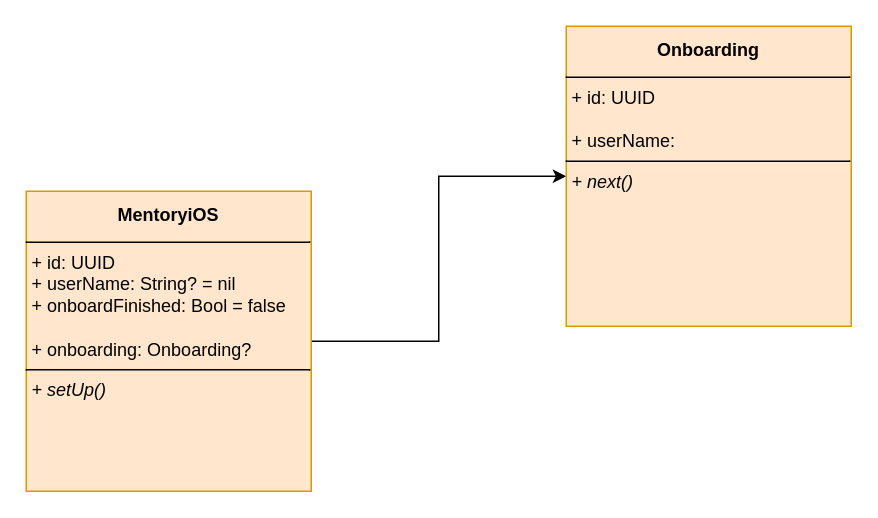
This is mentory.drawio from mandooplz/mentory, a draw.io file, before an edit. Source tidied: cells renumbered, new cells numbered last; positions are measured from the earlier drawing's top-left corner, leaving out a move shared by most shapes. Both pictures are drawn from the tidied source at 150%, with x=0, y=0 at pixel (26, 26).
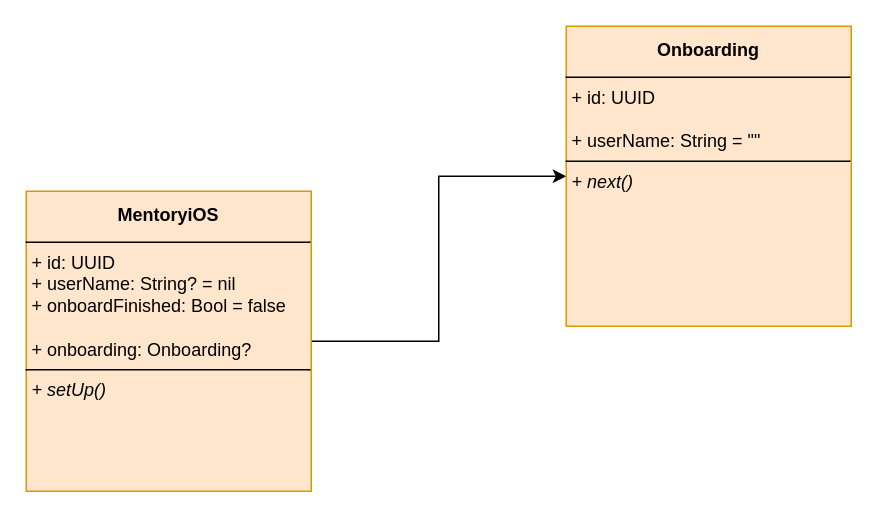
Above is the later version.

Commit message (it also covers changes not shown here):
[FEAT] MentoryiOS, Onboarding 클래스 생성 & swiftui-combine-mvvm 안에 객체 템플릿 관련 내용 추가

Change to the diagram source:
```diff
@@
 <mxGraphModel>
   <root>
     <mxCell id="0" />
     <mxCell id="1" parent="0" />
     <mxCell id="2" style="edgeStyle=orthogonalEdgeStyle;rounded=0;jettySize=auto;html=1;entryX=0;entryY=0.5;entryDx=0;entryDy=0;" parent="1" edge="1" source="3" target="4">
       <mxGeometry relative="1" as="geometry" />
     </mxCell>
     <mxCell id="3" value="&lt;p style=&quot;margin: 4px 0px 0px; text-align: center; line-height: 200%;&quot;&gt;&lt;b&gt;MentoryiOS&lt;/b&gt;&lt;/p&gt;&lt;hr size=&quot;1&quot; style=&quot;border-style:solid;&quot;&gt;&lt;p style=&quot;margin:0px;margin-left:4px;&quot;&gt;+ id: UUID&lt;/p&gt;&lt;p style=&quot;margin:0px;margin-left:4px;&quot;&gt;+ userName: String? = nil&lt;/p&gt;&lt;p style=&quot;margin:0px;margin-left:4px;&quot;&gt;+&amp;nbsp;&lt;span style=&quot;background-color: transparent; color: light-dark(rgb(0, 0, 0), rgb(255, 255, 255));&quot;&gt;onboardFinished: Bool = false&lt;/span&gt;&lt;/p&gt;&lt;p style=&quot;margin:0px;margin-left:4px;&quot;&gt;&lt;br&gt;+ onboarding: Onboarding?&lt;/p&gt;&lt;hr size=&quot;1&quot; style=&quot;border-style:solid;&quot;&gt;&lt;p style=&quot;margin:0px;margin-left:4px;&quot;&gt;&lt;i&gt;+ setUp()&lt;/i&gt;&lt;/p&gt;" style="verticalAlign=top;align=left;overflow=fill;html=1;whiteSpace=wrap;fillColor=#ffe6cc;strokeColor=#d79b00;" parent="1" vertex="1">
       <mxGeometry y="110" width="190" height="200" as="geometry" />
     </mxCell>
-    <mxCell id="4" value="&lt;p style=&quot;margin: 4px 0px 0px; text-align: center; line-height: 200%;&quot;&gt;&lt;b&gt;Onboarding&lt;/b&gt;&lt;/p&gt;&lt;hr size=&quot;1&quot; style=&quot;border-style:solid;&quot;&gt;&lt;p style=&quot;margin:0px;margin-left:4px;&quot;&gt;+ id: UUID&lt;/p&gt;&lt;p style=&quot;margin:0px;margin-left:4px;&quot;&gt;&lt;br&gt;+ userName:&amp;nbsp;&lt;/p&gt;&lt;hr size=&quot;1&quot; style=&quot;border-style:solid;&quot;&gt;&lt;p style=&quot;margin:0px;margin-left:4px;&quot;&gt;&lt;i&gt;+ next()&lt;/i&gt;&lt;/p&gt;" style="verticalAlign=top;align=left;overflow=fill;html=1;whiteSpace=wrap;fillColor=#ffe6cc;strokeColor=#d79b00;" parent="1" vertex="1">
+    <mxCell id="4" value="&lt;p style=&quot;margin: 4px 0px 0px; text-align: center; line-height: 200%;&quot;&gt;&lt;b&gt;Onboarding&lt;/b&gt;&lt;/p&gt;&lt;hr size=&quot;1&quot; style=&quot;border-style:solid;&quot;&gt;&lt;p style=&quot;margin:0px;margin-left:4px;&quot;&gt;+ id: UUID&lt;/p&gt;&lt;p style=&quot;margin:0px;margin-left:4px;&quot;&gt;&lt;br&gt;+ userName: String = &quot;&quot;&lt;/p&gt;&lt;hr size=&quot;1&quot; style=&quot;border-style:solid;&quot;&gt;&lt;p style=&quot;margin:0px;margin-left:4px;&quot;&gt;&lt;i&gt;+ next()&lt;/i&gt;&lt;/p&gt;" style="verticalAlign=top;align=left;overflow=fill;html=1;whiteSpace=wrap;fillColor=#ffe6cc;strokeColor=#d79b00;" parent="1" vertex="1">
       <mxGeometry x="360" width="190" height="200" as="geometry" />
     </mxCell>
   </root>
 </mxGraphModel>
```
